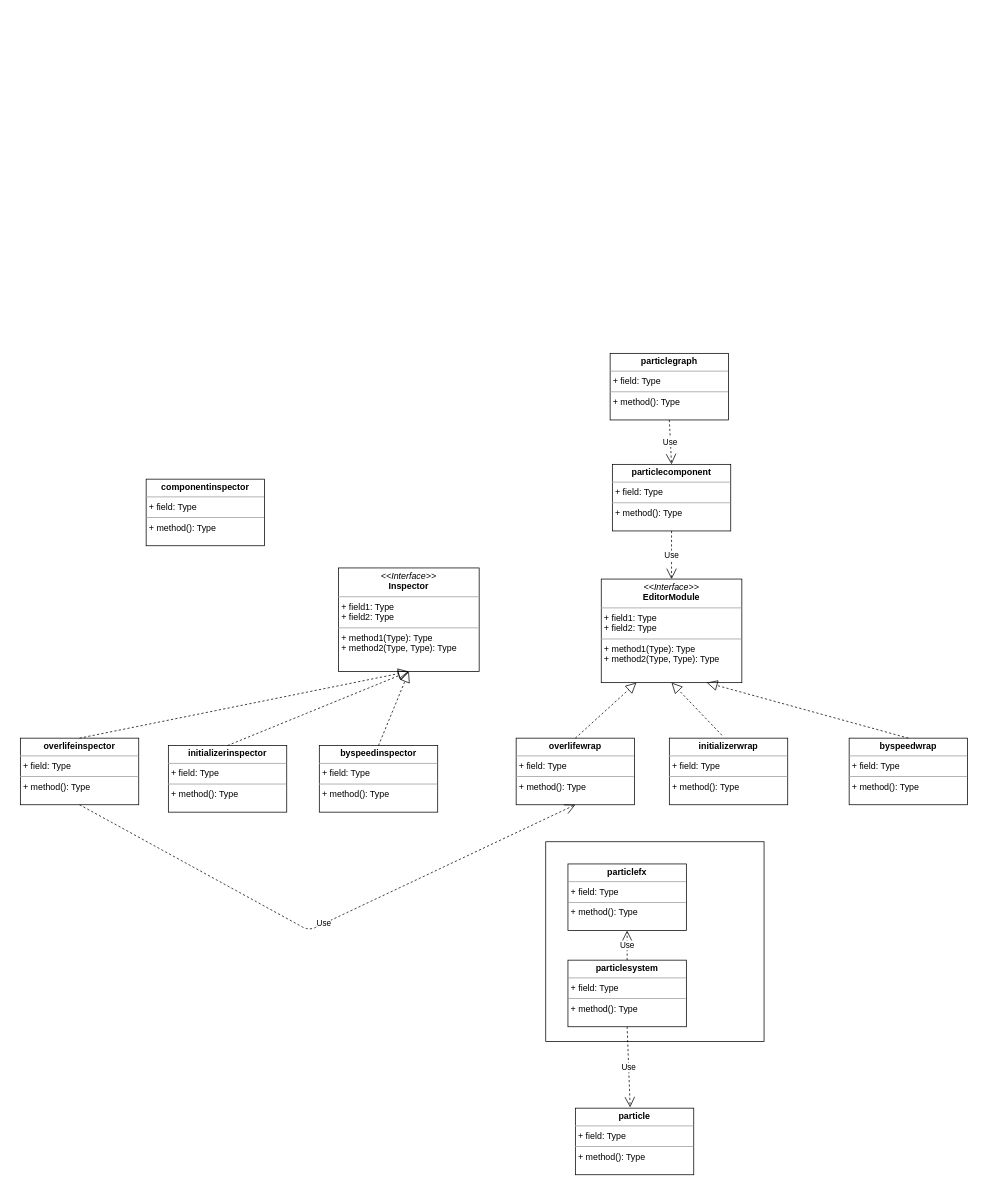
Before: Untitled Diagram.drawio in gtechx/webgrabber, a draw.io diagram. Source tidied: cells renumbered, new cells numbered last; positions are measured from the earlier drawing's top-left corner, leaving out a move shared by most shapes. Both pictures are drawn from the tidied source at 74%, with x=0, y=0 at pixel (20, 353).
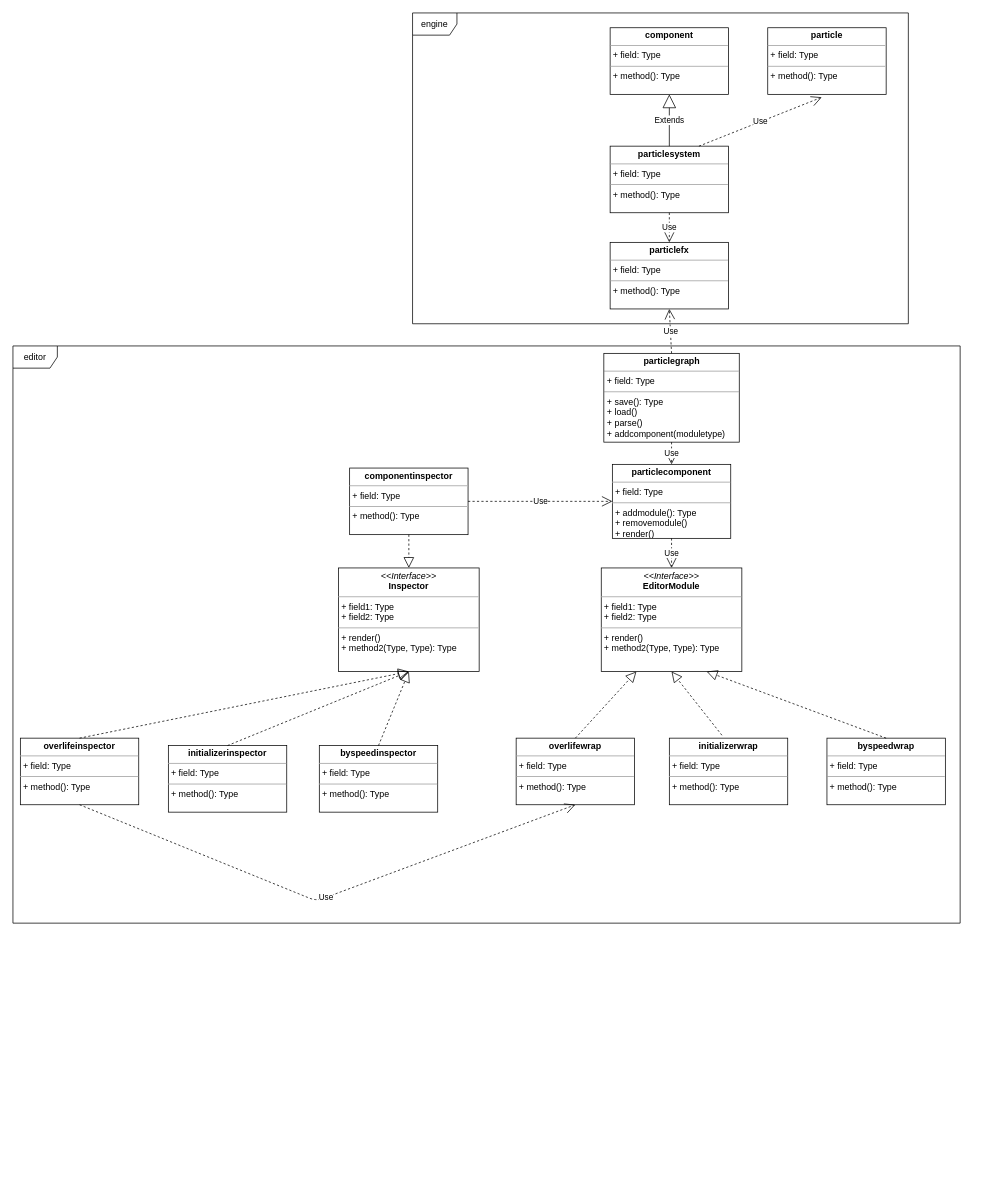
After the change.

Unchanged cells that the change refers to:
```xml
<mxCell id="4" value="&lt;p style=&quot;margin: 0px ; margin-top: 4px ; text-align: center&quot;&gt;&lt;b&gt;overlifeinspector&lt;/b&gt;&lt;/p&gt;&lt;hr size=&quot;1&quot;&gt;&lt;p style=&quot;margin: 0px ; margin-left: 4px&quot;&gt;+ field: Type&lt;/p&gt;&lt;hr size=&quot;1&quot;&gt;&lt;p style=&quot;margin: 0px ; margin-left: 4px&quot;&gt;+ method(): Type&lt;/p&gt;" style="verticalAlign=top;align=left;overflow=fill;fontSize=12;fontFamily=Helvetica;html=1;" parent="1" vertex="1">
  <mxGeometry y="520" width="160" height="90" as="geometry" />
</mxCell>
<mxCell id="9" value="&lt;p style=&quot;margin: 0px ; margin-top: 4px ; text-align: center&quot;&gt;&lt;b&gt;overlifewrap&lt;/b&gt;&lt;/p&gt;&lt;hr size=&quot;1&quot;&gt;&lt;p style=&quot;margin: 0px ; margin-left: 4px&quot;&gt;+ field: Type&lt;/p&gt;&lt;hr size=&quot;1&quot;&gt;&lt;p style=&quot;margin: 0px ; margin-left: 4px&quot;&gt;+ method(): Type&lt;/p&gt;" style="verticalAlign=top;align=left;overflow=fill;fontSize=12;fontFamily=Helvetica;html=1;" parent="1" vertex="1">
  <mxGeometry x="670" y="520" width="160" height="90" as="geometry" />
</mxCell>
```

Diff of the diagram source:
```diff
@@
-    <mxCell id="2" style="rounded=0;whiteSpace=wrap;html=1;" parent="1" vertex="1">
-      <mxGeometry x="710" y="660" width="295" height="270" as="geometry" />
-    </mxCell>
+    <mxCell id="28" value="engine" style="shape=umlFrame;whiteSpace=wrap;html=1;" parent="1" vertex="1">
+      <mxGeometry x="530" y="-460" width="670" height="420" as="geometry" />
+    </mxCell>
+    <mxCell id="29" value="editor" style="shape=umlFrame;whiteSpace=wrap;html=1;" parent="1" vertex="1">
+      <mxGeometry x="-10" y="-10" width="1280" height="780" as="geometry" />
+    </mxCell>
     <mxCell id="3" value="&lt;p style=&quot;margin: 0px ; margin-top: 4px ; text-align: center&quot;&gt;&lt;b&gt;componentinspector&lt;/b&gt;&lt;/p&gt;&lt;hr size=&quot;1&quot;&gt;&lt;p style=&quot;margin: 0px ; margin-left: 4px&quot;&gt;+ field: Type&lt;/p&gt;&lt;hr size=&quot;1&quot;&gt;&lt;p style=&quot;margin: 0px ; margin-left: 4px&quot;&gt;+ method(): Type&lt;/p&gt;" style="verticalAlign=top;align=left;overflow=fill;fontSize=12;fontFamily=Helvetica;html=1;" parent="1" vertex="1">
-      <mxGeometry x="170" y="170" width="160" height="90" as="geometry" />
+      <mxGeometry x="445" y="155" width="160" height="90" as="geometry" />
     </mxCell>
@@
-    <mxCell id="5" value="&lt;p style=&quot;margin: 0px ; margin-top: 4px ; text-align: center&quot;&gt;&lt;i&gt;&amp;lt;&amp;lt;Interface&amp;gt;&amp;gt;&lt;/i&gt;&lt;br&gt;&lt;b&gt;Inspector&lt;/b&gt;&lt;/p&gt;&lt;hr size=&quot;1&quot;&gt;&lt;p style=&quot;margin: 0px ; margin-left: 4px&quot;&gt;+ field1: Type&lt;br&gt;+ field2: Type&lt;/p&gt;&lt;hr size=&quot;1&quot;&gt;&lt;p style=&quot;margin: 0px ; margin-left: 4px&quot;&gt;+ method1(Type): Type&lt;br&gt;+ method2(Type, Type): Type&lt;/p&gt;" style="verticalAlign=top;align=left;overflow=fill;fontSize=12;fontFamily=Helvetica;html=1;" parent="1" vertex="1">
+    <mxCell id="5" value="&lt;p style=&quot;margin: 0px ; margin-top: 4px ; text-align: center&quot;&gt;&lt;i&gt;&amp;lt;&amp;lt;Interface&amp;gt;&amp;gt;&lt;/i&gt;&lt;br&gt;&lt;b&gt;Inspector&lt;/b&gt;&lt;/p&gt;&lt;hr size=&quot;1&quot;&gt;&lt;p style=&quot;margin: 0px ; margin-left: 4px&quot;&gt;+ field1: Type&lt;br&gt;+ field2: Type&lt;/p&gt;&lt;hr size=&quot;1&quot;&gt;&lt;p style=&quot;margin: 0px ; margin-left: 4px&quot;&gt;+ render()&lt;br&gt;+ method2(Type, Type): Type&lt;/p&gt;" style="verticalAlign=top;align=left;overflow=fill;fontSize=12;fontFamily=Helvetica;html=1;" parent="1" vertex="1">
       <mxGeometry x="430" y="290" width="190" height="140" as="geometry" />
     </mxCell>
     <mxCell id="6" value="&lt;p style=&quot;margin: 0px ; margin-top: 4px ; text-align: center&quot;&gt;&lt;b&gt;particlesystem&lt;/b&gt;&lt;/p&gt;&lt;hr size=&quot;1&quot;&gt;&lt;p style=&quot;margin: 0px ; margin-left: 4px&quot;&gt;+ field: Type&lt;/p&gt;&lt;hr size=&quot;1&quot;&gt;&lt;p style=&quot;margin: 0px ; margin-left: 4px&quot;&gt;+ method(): Type&lt;/p&gt;" style="verticalAlign=top;align=left;overflow=fill;fontSize=12;fontFamily=Helvetica;html=1;" parent="1" vertex="1">
-      <mxGeometry x="740" y="820" width="160" height="90" as="geometry" />
+      <mxGeometry x="797" y="-280" width="160" height="90" as="geometry" />
     </mxCell>
-    <mxCell id="7" value="&lt;p style=&quot;margin: 0px ; margin-top: 4px ; text-align: center&quot;&gt;&lt;b&gt;particlegraph&lt;/b&gt;&lt;/p&gt;&lt;hr size=&quot;1&quot;&gt;&lt;p style=&quot;margin: 0px ; margin-left: 4px&quot;&gt;+ field: Type&lt;/p&gt;&lt;hr size=&quot;1&quot;&gt;&lt;p style=&quot;margin: 0px ; margin-left: 4px&quot;&gt;+ method(): Type&lt;/p&gt;" style="verticalAlign=top;align=left;overflow=fill;fontSize=12;fontFamily=Helvetica;html=1;" parent="1" vertex="1">
-      <mxGeometry x="797" width="160" height="90" as="geometry" />
+    <mxCell id="7" value="&lt;p style=&quot;margin: 0px ; margin-top: 4px ; text-align: center&quot;&gt;&lt;b&gt;particlegraph&lt;/b&gt;&lt;/p&gt;&lt;hr size=&quot;1&quot;&gt;&lt;p style=&quot;margin: 0px ; margin-left: 4px&quot;&gt;+ field: Type&lt;/p&gt;&lt;hr size=&quot;1&quot;&gt;&lt;p style=&quot;margin: 0px ; margin-left: 4px&quot;&gt;+ save(): Type&lt;/p&gt;&lt;p style=&quot;margin: 0px ; margin-left: 4px&quot;&gt;+ load()&lt;/p&gt;&lt;p style=&quot;margin: 0px ; margin-left: 4px&quot;&gt;+ parse()&lt;/p&gt;&lt;p style=&quot;margin: 0px ; margin-left: 4px&quot;&gt;+ addcomponent(moduletype)&lt;/p&gt;" style="verticalAlign=top;align=left;overflow=fill;fontSize=12;fontFamily=Helvetica;html=1;" parent="1" vertex="1">
+      <mxGeometry x="788.5" width="183" height="120" as="geometry" />
     </mxCell>
-    <mxCell id="8" value="&lt;p style=&quot;margin: 0px ; margin-top: 4px ; text-align: center&quot;&gt;&lt;i&gt;&amp;lt;&amp;lt;Interface&amp;gt;&amp;gt;&lt;/i&gt;&lt;br&gt;&lt;b&gt;EditorModule&lt;/b&gt;&lt;br&gt;&lt;/p&gt;&lt;hr size=&quot;1&quot;&gt;&lt;p style=&quot;margin: 0px ; margin-left: 4px&quot;&gt;+ field1: Type&lt;br&gt;+ field2: Type&lt;/p&gt;&lt;hr size=&quot;1&quot;&gt;&lt;p style=&quot;margin: 0px ; margin-left: 4px&quot;&gt;+ method1(Type): Type&lt;br&gt;+ method2(Type, Type): Type&lt;/p&gt;" style="verticalAlign=top;align=left;overflow=fill;fontSize=12;fontFamily=Helvetica;html=1;" parent="1" vertex="1">
-      <mxGeometry x="785" y="305" width="190" height="140" as="geometry" />
+    <mxCell id="8" value="&lt;p style=&quot;margin: 0px ; margin-top: 4px ; text-align: center&quot;&gt;&lt;i&gt;&amp;lt;&amp;lt;Interface&amp;gt;&amp;gt;&lt;/i&gt;&lt;br&gt;&lt;b&gt;EditorModule&lt;/b&gt;&lt;br&gt;&lt;/p&gt;&lt;hr size=&quot;1&quot;&gt;&lt;p style=&quot;margin: 0px ; margin-left: 4px&quot;&gt;+ field1: Type&lt;br&gt;+ field2: Type&lt;/p&gt;&lt;hr size=&quot;1&quot;&gt;&lt;p style=&quot;margin: 0px ; margin-left: 4px&quot;&gt;+ render()&lt;br&gt;+ method2(Type, Type): Type&lt;/p&gt;" style="verticalAlign=top;align=left;overflow=fill;fontSize=12;fontFamily=Helvetica;html=1;" parent="1" vertex="1">
+      <mxGeometry x="785" y="290" width="190" height="140" as="geometry" />
     </mxCell>
@@
     <mxCell id="11" value="&lt;p style=&quot;margin: 0px ; margin-top: 4px ; text-align: center&quot;&gt;&lt;b&gt;byspeedwrap&lt;/b&gt;&lt;/p&gt;&lt;hr size=&quot;1&quot;&gt;&lt;p style=&quot;margin: 0px ; margin-left: 4px&quot;&gt;+ field: Type&lt;/p&gt;&lt;hr size=&quot;1&quot;&gt;&lt;p style=&quot;margin: 0px ; margin-left: 4px&quot;&gt;+ method(): Type&lt;/p&gt;" style="verticalAlign=top;align=left;overflow=fill;fontSize=12;fontFamily=Helvetica;html=1;" parent="1" vertex="1">
-      <mxGeometry x="1120" y="520" width="160" height="90" as="geometry" />
+      <mxGeometry x="1090" y="520" width="160" height="90" as="geometry" />
     </mxCell>
@@
-    <mxCell id="15" value="&lt;p style=&quot;margin: 0px ; margin-top: 4px ; text-align: center&quot;&gt;&lt;b&gt;particlecomponent&lt;/b&gt;&lt;/p&gt;&lt;hr size=&quot;1&quot;&gt;&lt;p style=&quot;margin: 0px ; margin-left: 4px&quot;&gt;+ field: Type&lt;/p&gt;&lt;hr size=&quot;1&quot;&gt;&lt;p style=&quot;margin: 0px ; margin-left: 4px&quot;&gt;+ method(): Type&lt;/p&gt;" style="verticalAlign=top;align=left;overflow=fill;fontSize=12;fontFamily=Helvetica;html=1;" parent="1" vertex="1">
-      <mxGeometry x="800" y="150" width="160" height="90" as="geometry" />
+    <mxCell id="15" value="&lt;p style=&quot;margin: 0px ; margin-top: 4px ; text-align: center&quot;&gt;&lt;b&gt;particlecomponent&lt;/b&gt;&lt;/p&gt;&lt;hr size=&quot;1&quot;&gt;&lt;p style=&quot;margin: 0px ; margin-left: 4px&quot;&gt;+ field: Type&lt;/p&gt;&lt;hr size=&quot;1&quot;&gt;&lt;p style=&quot;margin: 0px ; margin-left: 4px&quot;&gt;+ addmodule(): Type&lt;/p&gt;&lt;p style=&quot;margin: 0px ; margin-left: 4px&quot;&gt;+ removemodule()&lt;/p&gt;&lt;p style=&quot;margin: 0px ; margin-left: 4px&quot;&gt;+ render()&lt;/p&gt;" style="verticalAlign=top;align=left;overflow=fill;fontSize=12;fontFamily=Helvetica;html=1;" parent="1" vertex="1">
+      <mxGeometry x="800" y="150" width="160" height="100" as="geometry" />
     </mxCell>
@@
     <mxCell id="23" value="Use" style="endArrow=open;endSize=12;dashed=1;html=1;exitX=0.5;exitY=1;exitDx=0;exitDy=0;entryX=0.5;entryY=1;entryDx=0;entryDy=0;" parent="1" edge="1" source="4" target="9">
       <mxGeometry relative="1" as="geometry">
         <Array as="points">
-          <mxPoint x="390" y="780" />
+          <mxPoint x="400" y="740" />
         </Array>
       </mxGeometry>
     </mxCell>
     <mxCell id="24" value="&lt;p style=&quot;margin: 0px ; margin-top: 4px ; text-align: center&quot;&gt;&lt;b&gt;particle&lt;/b&gt;&lt;/p&gt;&lt;hr size=&quot;1&quot;&gt;&lt;p style=&quot;margin: 0px ; margin-left: 4px&quot;&gt;+ field: Type&lt;/p&gt;&lt;hr size=&quot;1&quot;&gt;&lt;p style=&quot;margin: 0px ; margin-left: 4px&quot;&gt;+ method(): Type&lt;/p&gt;" style="verticalAlign=top;align=left;overflow=fill;fontSize=12;fontFamily=Helvetica;html=1;" parent="1" vertex="1">
-      <mxGeometry x="750" y="1020" width="160" height="90" as="geometry" />
+      <mxGeometry x="1010" y="-440" width="160" height="90" as="geometry" />
     </mxCell>
-    <mxCell id="25" value="Use" style="endArrow=open;endSize=12;dashed=1;html=1;exitX=0.5;exitY=1;exitDx=0;exitDy=0;entryX=0.463;entryY=-0.011;entryDx=0;entryDy=0;entryPerimeter=0;" parent="1" edge="1" source="6" target="24">
+    <mxCell id="25" value="Use" style="endArrow=open;endSize=12;dashed=1;html=1;exitX=0.75;exitY=0;exitDx=0;exitDy=0;entryX=0.456;entryY=1.044;entryDx=0;entryDy=0;entryPerimeter=0;" parent="1" edge="1" source="6" target="24">
       <mxGeometry relative="1" as="geometry" />
     </mxCell>
     <mxCell id="26" value="&lt;p style=&quot;margin: 0px ; margin-top: 4px ; text-align: center&quot;&gt;&lt;b&gt;particlefx&lt;/b&gt;&lt;/p&gt;&lt;hr size=&quot;1&quot;&gt;&lt;p style=&quot;margin: 0px ; margin-left: 4px&quot;&gt;+ field: Type&lt;/p&gt;&lt;hr size=&quot;1&quot;&gt;&lt;p style=&quot;margin: 0px ; margin-left: 4px&quot;&gt;+ method(): Type&lt;/p&gt;" style="verticalAlign=top;align=left;overflow=fill;fontSize=12;fontFamily=Helvetica;html=1;" parent="1" vertex="1">
-      <mxGeometry x="740" y="690" width="160" height="90" as="geometry" />
+      <mxGeometry x="797" y="-150" width="160" height="90" as="geometry" />
     </mxCell>
-    <mxCell id="27" value="Use" style="endArrow=open;endSize=12;dashed=1;html=1;exitX=0.5;exitY=0;exitDx=0;exitDy=0;entryX=0.5;entryY=1;entryDx=0;entryDy=0;" parent="1" edge="1" source="6" target="26">
+    <mxCell id="27" value="Use" style="endArrow=open;endSize=12;dashed=1;html=1;exitX=0.5;exitY=1;exitDx=0;exitDy=0;entryX=0.5;entryY=0;entryDx=0;entryDy=0;" parent="1" edge="1" source="6" target="26">
       <mxGeometry relative="1" as="geometry" />
     </mxCell>
+    <mxCell id="30" style="endArrow=block;dashed=1;endFill=0;endSize=12;html=1;exitX=0.5;exitY=1;exitDx=0;exitDy=0;entryX=0.5;entryY=0;entryDx=0;entryDy=0;" parent="1" edge="1" source="3" target="5">
+      <mxGeometry relative="1" as="geometry" />
+    </mxCell>
+    <mxCell id="31" value="Use" style="endArrow=open;endSize=12;dashed=1;html=1;exitX=1;exitY=0.5;exitDx=0;exitDy=0;entryX=0;entryY=0.5;entryDx=0;entryDy=0;" parent="1" edge="1" source="3" target="15">
+      <mxGeometry relative="1" as="geometry" />
+    </mxCell>
+    <mxCell id="32" value="&lt;p style=&quot;margin: 0px ; margin-top: 4px ; text-align: center&quot;&gt;&lt;b&gt;component&lt;/b&gt;&lt;/p&gt;&lt;hr size=&quot;1&quot;&gt;&lt;p style=&quot;margin: 0px ; margin-left: 4px&quot;&gt;+ field: Type&lt;/p&gt;&lt;hr size=&quot;1&quot;&gt;&lt;p style=&quot;margin: 0px ; margin-left: 4px&quot;&gt;+ method(): Type&lt;/p&gt;" style="verticalAlign=top;align=left;overflow=fill;fontSize=12;fontFamily=Helvetica;html=1;" parent="1" vertex="1">
+      <mxGeometry x="797" y="-440" width="160" height="90" as="geometry" />
+    </mxCell>
+    <mxCell id="33" value="Extends" style="endArrow=block;endSize=16;endFill=0;html=1;entryX=0.5;entryY=1;entryDx=0;entryDy=0;exitX=0.5;exitY=0;exitDx=0;exitDy=0;" parent="1" edge="1" source="6" target="32">
+      <mxGeometry relative="1" as="geometry" />
+    </mxCell>
+    <mxCell id="34" value="Use" style="endArrow=open;endSize=12;dashed=1;html=1;entryX=0.5;entryY=1;entryDx=0;entryDy=0;exitX=0.5;exitY=0;exitDx=0;exitDy=0;" parent="1" edge="1" source="7" target="26">
+      <mxGeometry relative="1" as="geometry" />
+    </mxCell>
```
